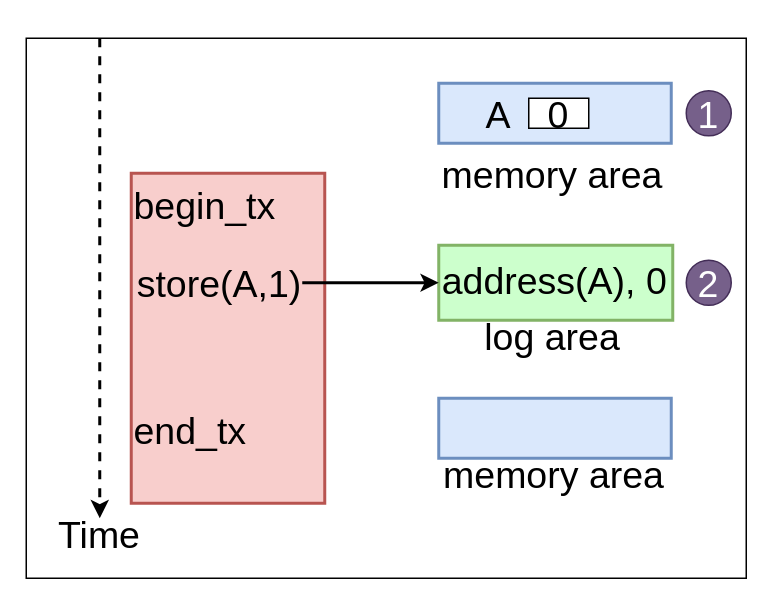
Earlier version of the draw.io diagram undo_2.drawio (arunkp1986/CAR3S). Source tidied: cells renumbered, new cells numbered last; positions are measured from the earlier drawing's top-left corner, leaving out a move shared by most shapes. Both pictures are drawn from the tidied source at 150%, with x=0, y=0 at pixel (26, 38).
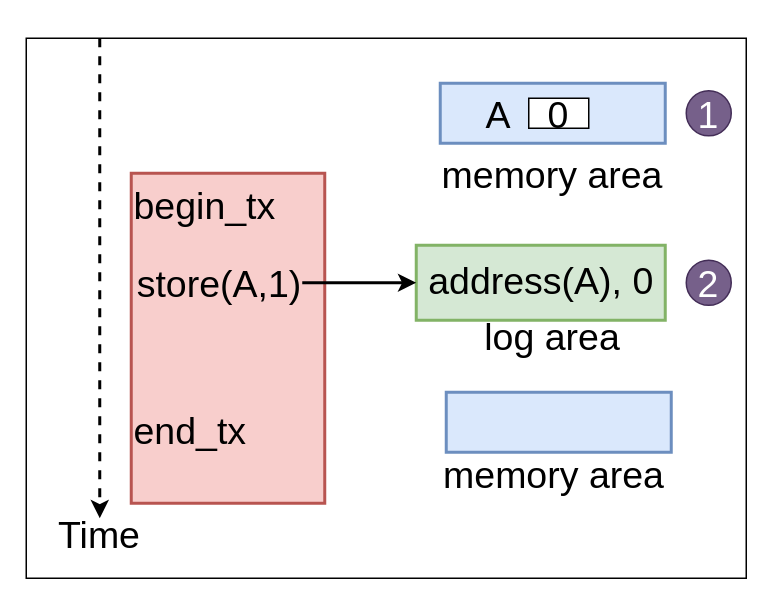
The same diagram, later.

The edit, as a diff of the source:
```diff
@@
 <mxGraphModel>
   <root>
     <mxCell id="0" />
     <mxCell id="1" parent="0" />
     <mxCell id="2" style="rounded=0;whiteSpace=wrap;html=1;fontSize=25;fontColor=#000000;align=left;fillColor=#FFFFFF;fontStyle=0;" parent="1" vertex="1">
       <mxGeometry width="480" height="360" as="geometry" />
     </mxCell>
-    <mxCell id="3" style="rounded=0;whiteSpace=wrap;html=1;fillColor=#CCFFCC;strokeColor=#82b366;strokeWidth=2;fontStyle=0;fontSize=25;" parent="1" vertex="1">
-      <mxGeometry x="275" y="138" width="156" height="50" as="geometry" />
+    <mxCell id="3" style="rounded=0;whiteSpace=wrap;html=1;fillColor=#d5e8d4;strokeColor=#82b366;strokeWidth=2;fontStyle=0;fontSize=25;" parent="1" vertex="1">
+      <mxGeometry x="260" y="138" width="166" height="50" as="geometry" />
     </mxCell>
     <mxCell id="4" value="begin_tx&lt;br style=&quot;font-size: 25px&quot;&gt;&amp;nbsp;&lt;br style=&quot;font-size: 25px&quot;&gt;&lt;br style=&quot;font-size: 25px&quot;&gt;&lt;br style=&quot;font-size: 25px&quot;&gt;&lt;span style=&quot;font-size: 25px&quot;&gt;&lt;br style=&quot;font-size: 25px&quot;&gt;end_tx&lt;/span&gt;" style="text;html=1;fillColor=#f8cecc;align=left;verticalAlign=top;whiteSpace=wrap;rounded=0;fontSize=25;strokeWidth=2;strokeColor=#b85450;fontStyle=0;" parent="1" vertex="1">
       <mxGeometry x="70" y="90" width="129" height="220" as="geometry" />
     </mxCell>
     <mxCell id="5" value="memory area" style="text;html=1;strokeColor=none;fillColor=none;align=center;verticalAlign=middle;whiteSpace=wrap;rounded=0;fontSize=25;fontStyle=0;" parent="1" vertex="1">
       <mxGeometry x="273" y="80" width="156" height="20" as="geometry" />
     </mxCell>
     <mxCell id="6" style="endArrow=classic;html=1;fontSize=25;strokeWidth=2;dashed=1;fontStyle=0;" parent="1" edge="1" target="10">
       <mxGeometry relative="1" as="geometry">
         <mxPoint x="49" as="sourcePoint" />
       </mxGeometry>
     </mxCell>
     <mxCell id="7" style="rounded=0;whiteSpace=wrap;html=1;fontSize=25;fillColor=#dae8fc;strokeColor=#6c8ebf;strokeWidth=2;fontStyle=0;" parent="1" vertex="1">
-      <mxGeometry x="275" y="240" width="155" height="40" as="geometry" />
+      <mxGeometry x="280" y="236" width="150" height="40" as="geometry" />
     </mxCell>
     <mxCell id="8" style="rounded=0;whiteSpace=wrap;html=1;fontSize=25;strokeWidth=2;fillColor=#dae8fc;strokeColor=#6c8ebf;fontStyle=0;" parent="1" vertex="1">
-      <mxGeometry x="275" y="30" width="155" height="40" as="geometry" />
+      <mxGeometry x="276" y="30" width="150" height="40" as="geometry" />
     </mxCell>
     <mxCell id="9" value="log area" style="text;html=1;strokeColor=none;fillColor=none;align=center;verticalAlign=middle;whiteSpace=wrap;rounded=0;fontSize=25;fontStyle=0;" parent="1" vertex="1">
       <mxGeometry x="301" y="188" width="100" height="20" as="geometry" />
     </mxCell>
     <mxCell id="10" value="Time" style="text;html=1;strokeColor=none;fillColor=none;align=center;verticalAlign=middle;whiteSpace=wrap;rounded=0;fontSize=25;fontStyle=0;" parent="1" vertex="1">
       <mxGeometry x="29" y="320" width="40" height="20" as="geometry" />
     </mxCell>
     <mxCell id="11" style="edgeStyle=orthogonalEdgeStyle;rounded=0;jettySize=auto;html=1;entryX=0;entryY=0.5;entryDx=0;entryDy=0;fontSize=25;fontColor=#000000;strokeWidth=2;fontStyle=0;" parent="1" edge="1" source="12" target="3">
       <mxGeometry relative="1" as="geometry" />
     </mxCell>
     <mxCell id="12" value="store(A,1)" style="text;html=1;strokeColor=none;fillColor=none;align=center;verticalAlign=middle;whiteSpace=wrap;rounded=0;fontSize=25;fontStyle=0;" parent="1" vertex="1">
       <mxGeometry x="74" y="153" width="110" height="20" as="geometry" />
     </mxCell>
     <mxCell id="13" value="address(A), 0" style="text;html=1;strokeColor=none;fillColor=none;align=center;verticalAlign=middle;whiteSpace=wrap;rounded=0;fontSize=25;fontStyle=0;" parent="1" vertex="1">
-      <mxGeometry x="270" y="151" width="165" height="20" as="geometry" />
+      <mxGeometry x="261" y="151" width="165" height="20" as="geometry" />
     </mxCell>
     <mxCell id="14" value="memory area" style="text;html=1;strokeColor=none;fillColor=none;align=center;verticalAlign=middle;whiteSpace=wrap;rounded=0;fontSize=25;fontStyle=0;" parent="1" vertex="1">
       <mxGeometry x="277" y="280" width="150" height="20" as="geometry" />
     </mxCell>
     <mxCell id="15" value="A" style="text;html=1;strokeColor=none;fillColor=none;align=center;verticalAlign=middle;whiteSpace=wrap;rounded=0;fontSize=25;fontColor=#000000;fontStyle=0;" parent="1" vertex="1">
       <mxGeometry x="295" y="40" width="40" height="20" as="geometry" />
     </mxCell>
     <mxCell id="16" value="2" style="ellipse;whiteSpace=wrap;html=1;fontSize=25;fontColor=#ffffff;fillColor=#76608a;align=center;fontStyle=0;strokeColor=#432D57;" parent="1" vertex="1">
       <mxGeometry x="440" y="148" width="30" height="30" as="geometry" />
     </mxCell>
     <mxCell id="17" value="1" style="ellipse;whiteSpace=wrap;html=1;fontSize=25;fontColor=#ffffff;fillColor=#76608a;align=center;fontStyle=0;strokeColor=#432D57;" parent="1" vertex="1">
       <mxGeometry x="440" y="35" width="30" height="30" as="geometry" />
     </mxCell>
     <mxCell id="18" value="0" style="rounded=0;whiteSpace=wrap;html=1;fontSize=25;fontColor=#000000;fillColor=#FFFFFF;align=center;fontStyle=0;" parent="1" vertex="1">
       <mxGeometry x="335" y="40" width="40" height="20" as="geometry" />
     </mxCell>
   </root>
 </mxGraphModel>
```
